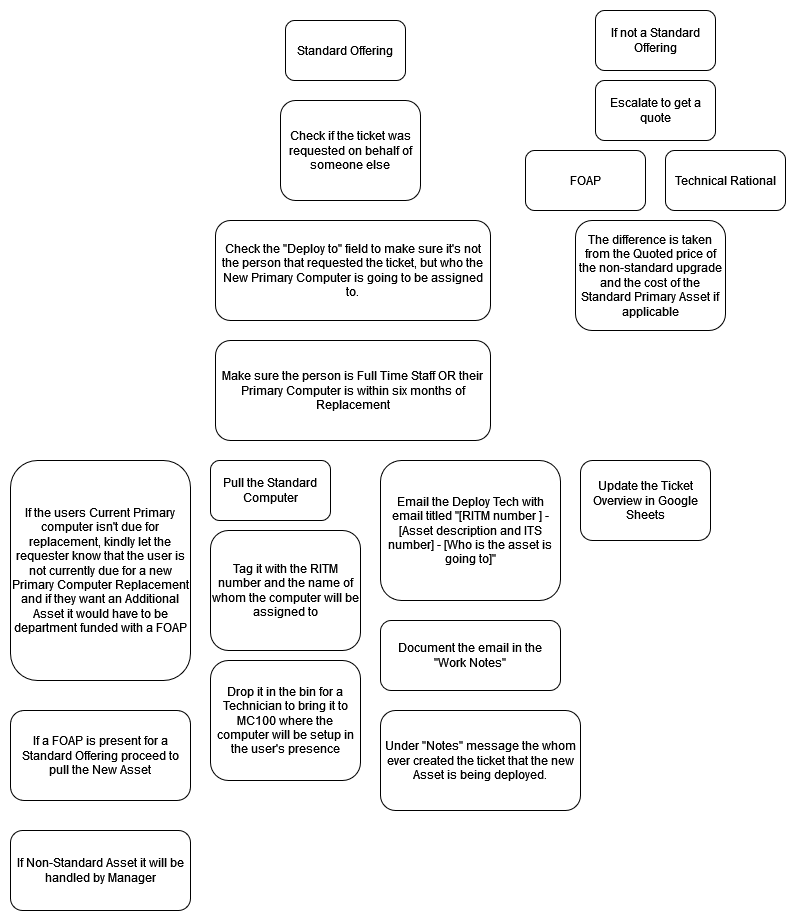
KevinWongCS/USFUSF keeps this draw.io diagram as Untitled Diagram.drawio.png. Above is the earlier version. Source tidied: cells renumbered, new cells last; positions are measured from the earlier drawing's top-left corner, leaving out a move shared by most shapes.
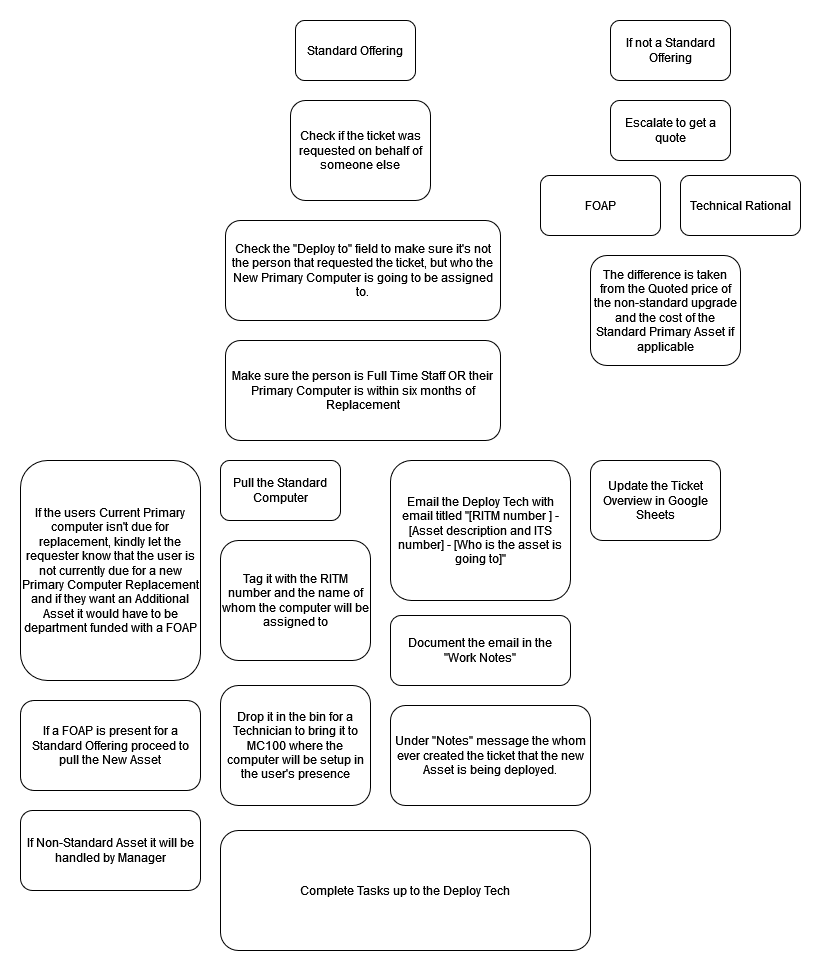
The same file after the commit.

Change to the diagram source:
```diff
@@ -15,7 +15,7 @@
       <mxGeometry x="200" y="450" width="120" height="60" as="geometry" />
     </mxCell>
     <mxCell id="6" value="Tag it with the RITM number and the name of whom the computer will be assigned to" style="rounded=1;whiteSpace=wrap;html=1;" parent="1" vertex="1">
-      <mxGeometry x="200" y="520" width="150" height="120" as="geometry" />
+      <mxGeometry x="200" y="530" width="150" height="120" as="geometry" />
     </mxCell>
     <mxCell id="7" value="Update the Ticket Overview in Google Sheets " style="rounded=1;whiteSpace=wrap;html=1;" parent="1" vertex="1">
       <mxGeometry x="570" y="450" width="130" height="80" as="geometry" />
@@ -24,7 +24,7 @@
       <mxGeometry x="205" y="330" width="275" height="100" as="geometry" />
     </mxCell>
     <mxCell id="9" value="Drop it in the bin for a Technician to bring it to MC100 where the computer will be setup in the user's presence" style="rounded=1;whiteSpace=wrap;html=1;" parent="1" vertex="1">
-      <mxGeometry x="200" y="650" width="150" height="120" as="geometry" />
+      <mxGeometry x="200" y="675" width="150" height="120" as="geometry" />
     </mxCell>
     <mxCell id="10" value="If the users Current Primary computer isn't due for replacement, kindly let the requester know that the user is not currently due for a new Primary Computer Replacement and if they want an Additional Asset it would have to be department funded with a FOAP" style="rounded=1;whiteSpace=wrap;html=1;" parent="1" vertex="1">
       <mxGeometry y="450" width="180" height="220" as="geometry" />
@@ -33,31 +33,34 @@
       <mxGeometry x="370" y="450" width="180" height="140" as="geometry" />
     </mxCell>
     <mxCell id="12" value="Document the email in the &quot;Work Notes&quot; " style="rounded=1;whiteSpace=wrap;html=1;" parent="1" vertex="1">
-      <mxGeometry x="370" y="610" width="180" height="70" as="geometry" />
+      <mxGeometry x="370" y="605" width="180" height="70" as="geometry" />
     </mxCell>
     <mxCell id="13" value="Escalate to get a quote" style="rounded=1;whiteSpace=wrap;html=1;" parent="1" vertex="1">
-      <mxGeometry x="585" y="70" width="120" height="60" as="geometry" />
+      <mxGeometry x="590" y="90" width="120" height="60" as="geometry" />
     </mxCell>
     <mxCell id="14" value="FOAP" style="rounded=1;whiteSpace=wrap;html=1;" parent="1" vertex="1">
-      <mxGeometry x="515" y="140" width="120" height="60" as="geometry" />
+      <mxGeometry x="520" y="165" width="120" height="60" as="geometry" />
     </mxCell>
     <mxCell id="15" value="Technical Rational" style="rounded=1;whiteSpace=wrap;html=1;" parent="1" vertex="1">
-      <mxGeometry x="655" y="140" width="120" height="60" as="geometry" />
+      <mxGeometry x="660" y="165" width="120" height="60" as="geometry" />
     </mxCell>
     <mxCell id="16" value="The difference is taken from the Quoted price of the non-standard upgrade and the cost of the Standard Primary Asset if applicable" style="rounded=1;whiteSpace=wrap;html=1;" parent="1" vertex="1">
-      <mxGeometry x="565" y="210" width="150" height="110" as="geometry" />
+      <mxGeometry x="570" y="245" width="150" height="110" as="geometry" />
     </mxCell>
     <mxCell id="17" value="If not a Standard Offering " style="rounded=1;whiteSpace=wrap;html=1;" parent="1" vertex="1">
-      <mxGeometry x="585" width="120" height="60" as="geometry" />
+      <mxGeometry x="590" y="10" width="120" height="60" as="geometry" />
     </mxCell>
     <mxCell id="18" value="Under &quot;Notes&quot; message the whom ever created the ticket that the new Asset is being deployed." style="rounded=1;whiteSpace=wrap;html=1;" parent="1" vertex="1">
-      <mxGeometry x="370" y="700" width="200" height="100" as="geometry" />
+      <mxGeometry x="370" y="695" width="200" height="100" as="geometry" />
     </mxCell>
     <mxCell id="19" value="If a FOAP is present for a Standard Offering proceed to pull the New Asset " style="rounded=1;whiteSpace=wrap;html=1;" parent="1" vertex="1">
-      <mxGeometry y="700" width="180" height="90" as="geometry" />
+      <mxGeometry y="690" width="180" height="90" as="geometry" />
     </mxCell>
     <mxCell id="20" value="If Non-Standard Asset it will be handled by Manager" style="rounded=1;whiteSpace=wrap;html=1;" parent="1" vertex="1">
-      <mxGeometry y="820" width="180" height="80" as="geometry" />
+      <mxGeometry y="800" width="180" height="80" as="geometry" />
     </mxCell>
+    <mxCell id="21" value="Complete Tasks up to the Deploy Tech" style="rounded=1;whiteSpace=wrap;html=1;" parent="1" vertex="1">
+      <mxGeometry x="200" y="820" width="370" height="120" as="geometry" />
+    </mxCell>
   </root>
 </mxGraphModel>
```
